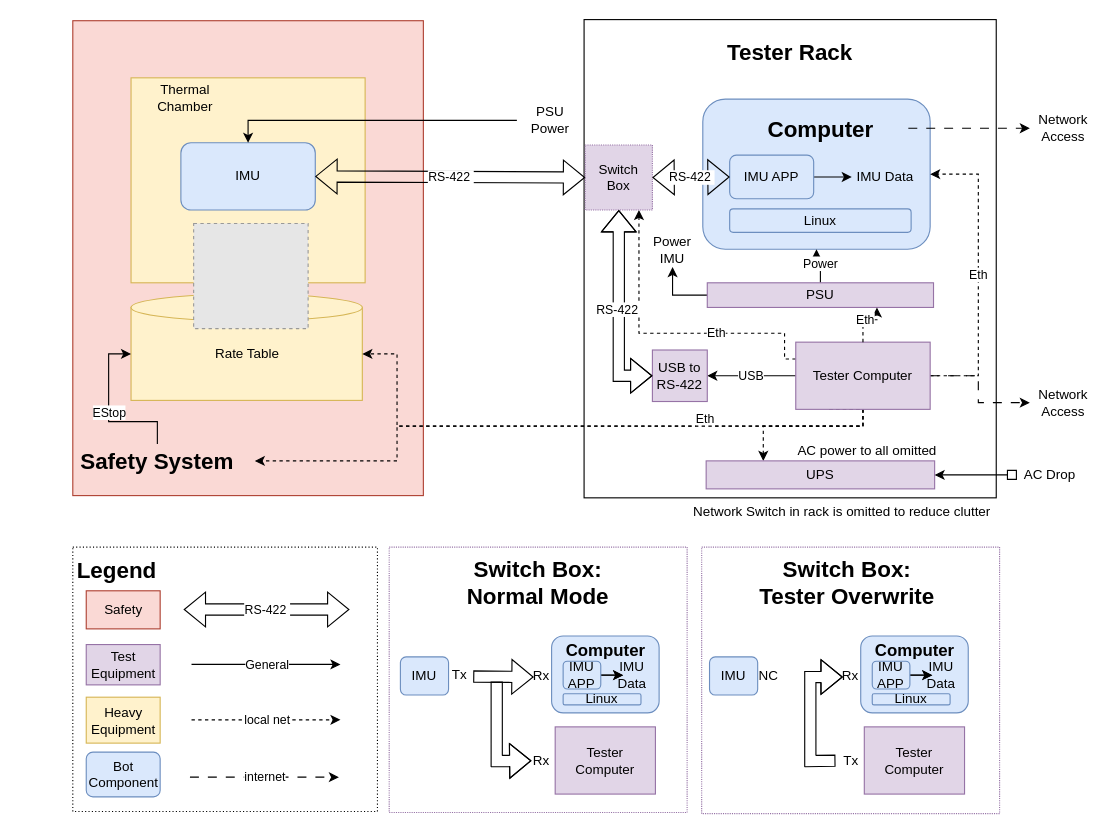
This is doc_images/IMU_Test_System_Block_Diagram.drawio from BFang-Overflow/Figure-Case-Study, a draw.io file, before an edit. Source tidied: cells renumbered, new cells numbered last; positions are measured from the earlier drawing's top-left corner, leaving out a move shared by most shapes. Both pictures are drawn from the tidied source at 112%, with x=0, y=0 at pixel (19, 19). Pictures stored in the file or linked from it are replaced by grey dashed boxes.
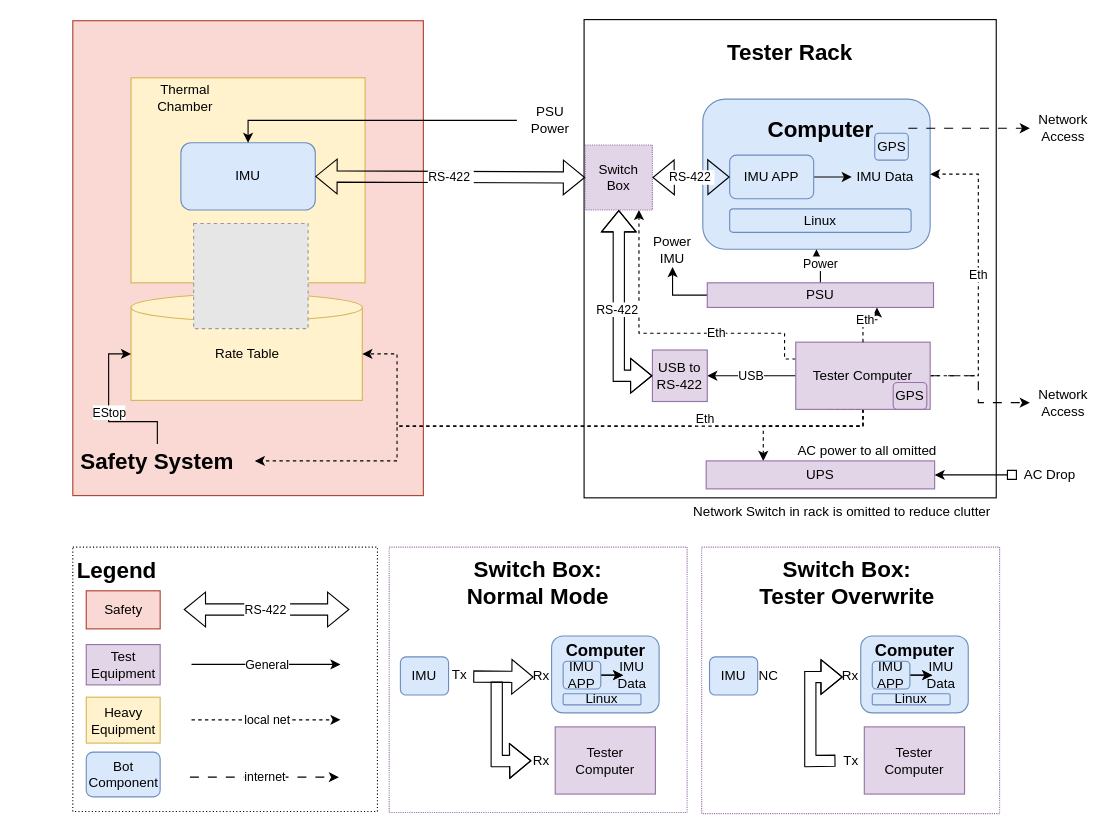
The same page after the edit.

Commit message (it also covers changes not shown here):
Update timing diagrams

The change refers to these unchanged cells:
```xml
<mxCell id="7" style="group;" parent="1" vertex="1">
  <mxGeometry x="610" y="71" width="203" height="134" as="geometry" />
</mxCell>
```

Change to the diagram source:
```diff
@@
+    <mxCell id="92" value="GPS" style="rounded=1;whiteSpace=wrap;html=1;fillColor=#dae8fc;strokeColor=#6c8ebf;" parent="7" vertex="1">
+      <mxGeometry x="153.5" y="30.5" width="30" height="24" as="geometry" />
+    </mxCell>
@@
+    <mxCell id="93" value="GPS" style="rounded=1;whiteSpace=wrap;html=1;fillColor=#e1d5e7;strokeColor=#9673a6;" parent="1" vertex="1">
+      <mxGeometry x="780" y="324" width="30" height="24" as="geometry" />
+    </mxCell>
```
